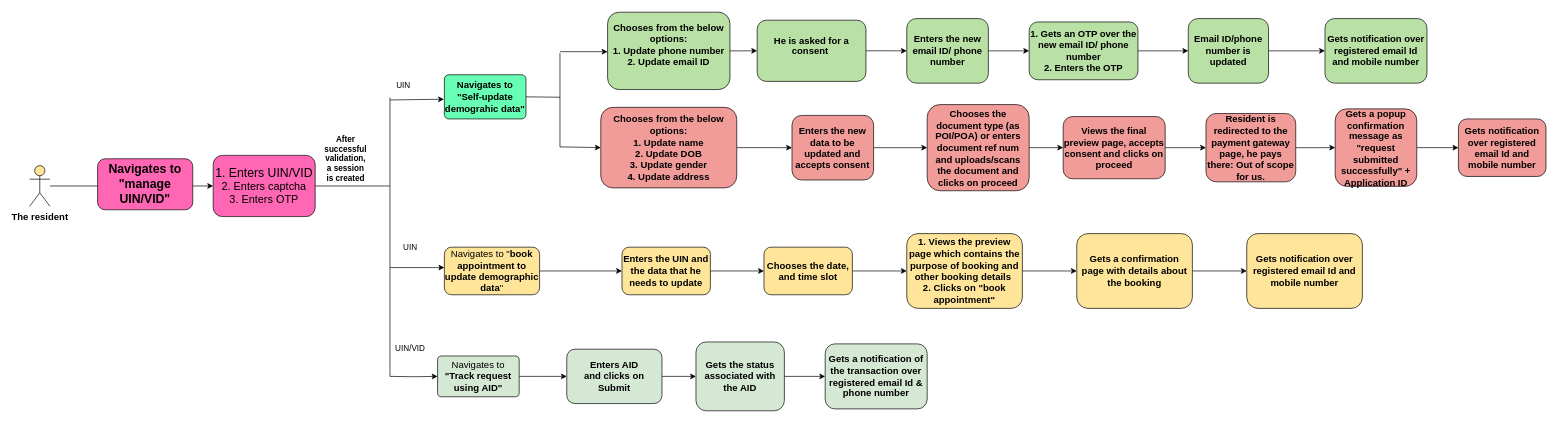
Earlier version of the draw.io diagram resident-services-flow-chart/manage-UIN-VID-partII.drawio (singhpragya279/Resident_services). Source tidied: cells renumbered, new cells numbered last; positions are measured from the earlier drawing's top-left corner, leaving out a move shared by most shapes. Both pictures are drawn from the tidied source at 68%, with x=0, y=0 at pixel (29, 12).
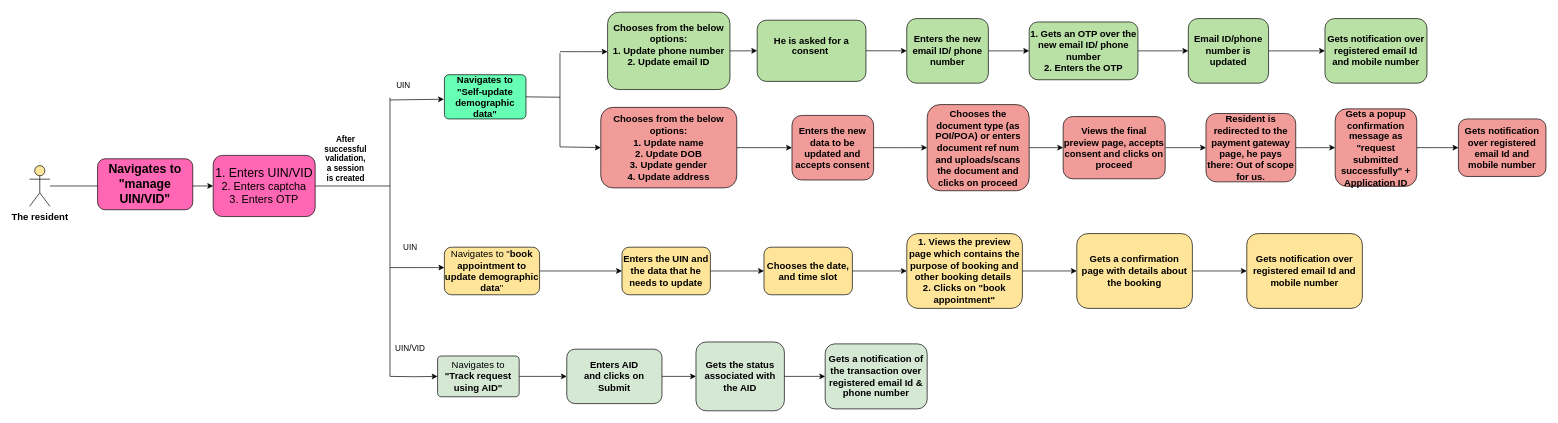
After the change.

What changed in the source:
```diff
@@
-    <mxCell id="6" value="&lt;div&gt;&lt;b style=&quot;letter-spacing: -0.07px&quot;&gt;&lt;font style=&quot;font-size: 14px&quot;&gt;Navigates to &quot;Self-update demograhic data&quot;&lt;/font&gt;&lt;/b&gt;&lt;br&gt;&lt;/div&gt;" style="rounded=1;whiteSpace=wrap;html=1;fillColor=#66FFB3;arcSize=10;" parent="1" vertex="1">
+    <mxCell id="6" value="&lt;div&gt;&lt;b style=&quot;letter-spacing: -0.07px&quot;&gt;&lt;font style=&quot;font-size: 14px&quot;&gt;Navigates to &quot;Self-update demographic data&quot;&lt;/font&gt;&lt;/b&gt;&lt;br&gt;&lt;/div&gt;" style="rounded=1;whiteSpace=wrap;html=1;fillColor=#66FFB3;arcSize=10;" parent="1" vertex="1">
       <mxGeometry x="610" y="92.4" width="120" height="65" as="geometry" />
     </mxCell>
```
